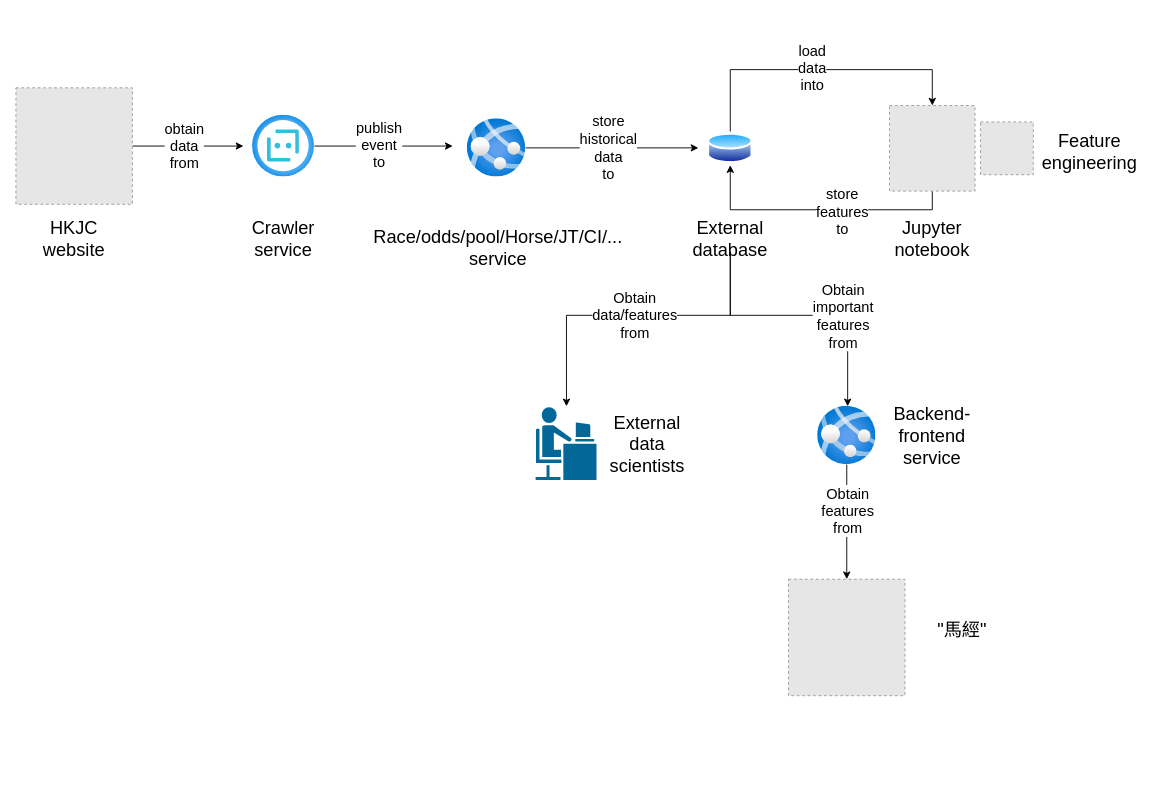
Earlier version of the draw.io diagram page "Data process" (2 of 2) of feature_diagram.drawio (tommy202201/HKJC). Source tidied: cells renumbered, new cells numbered last; positions are measured from the earlier drawing's top-left corner, leaving out a move shared by most shapes. Both pictures are drawn from the tidied source at 91%, with x=0, y=0 at pixel (15, 69). Pictures stored in the file or linked from it are replaced by grey dashed boxes.
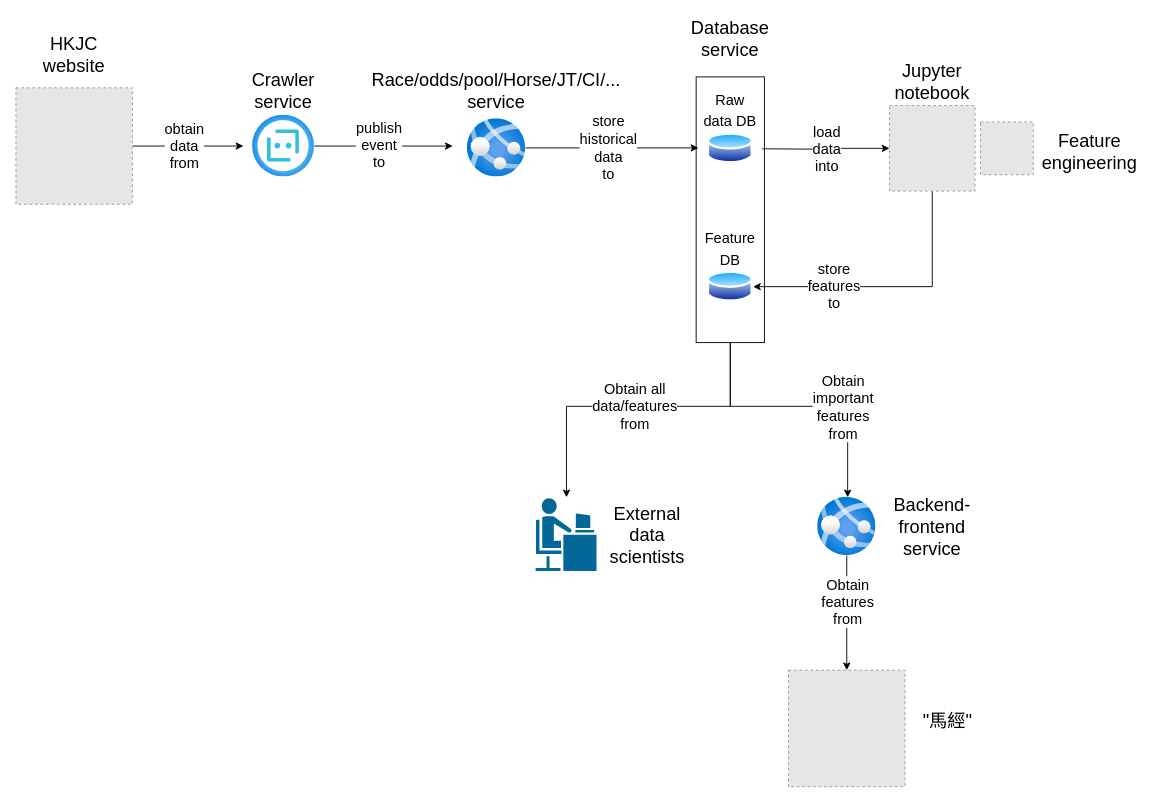
After the change.

Unchanged cells that the change refers to:
```xml
<mxCell id="16" style="perimeter=ellipsePerimeter;html=1;align=center;shadow=0;dashed=0;spacingTop=3;image;image=img/lib/active_directory/database.svg;fontSize=20;fillColor=#FFE6CC;gradientColor=#ffffff;gradientDirection=south;" parent="1" vertex="1">
  <mxGeometry x="760" y="68" width="50" height="37" as="geometry" />
</mxCell>
<mxCell id="23" style="fillColor=#E6E6E6;strokeColor=#999999;dashed=1;html=1;verticalAlign=top;verticalLabelPosition=bottom;labelBackgroundColor=#ffffff;fontSize=20;" parent="1" vertex="1">
  <mxGeometry x="960" y="39.5" width="94" height="94" as="geometry" />
</mxCell>
```

What changed in the source:
```diff
@@
+    <mxCell id="35" style="rounded=0;whiteSpace=wrap;html=1;fontSize=16;gradientDirection=south;" parent="1" vertex="1">
+      <mxGeometry x="747.5" y="8" width="75" height="292" as="geometry" />
+    </mxCell>
@@
     <mxCell id="5" value="HKJC website" style="text;html=1;strokeColor=none;fillColor=none;align=center;verticalAlign=middle;whiteSpace=wrap;rounded=0;fontSize=20;" parent="1" vertex="1">
-      <mxGeometry x="34" y="170" width="60" height="30" as="geometry" />
+      <mxGeometry x="34" y="-32.5" width="60" height="30" as="geometry" />
     </mxCell>
@@
     <mxCell id="9" value="Crawler service" style="text;html=1;strokeColor=none;fillColor=none;align=center;verticalAlign=middle;whiteSpace=wrap;rounded=0;fontSize=20;" parent="1" vertex="1">
-      <mxGeometry x="264" y="170" width="60" height="30" as="geometry" />
+      <mxGeometry x="264" y="8" width="60" height="30" as="geometry" />
     </mxCell>
@@
     <mxCell id="13" value="Race/odds/pool/Horse/JT/CI/...&lt;br&gt;service" style="text;html=1;strokeColor=none;fillColor=none;align=center;verticalAlign=middle;whiteSpace=wrap;rounded=0;fontSize=20;" parent="1" vertex="1">
-      <mxGeometry x="500" y="180" width="60" height="30" as="geometry" />
+      <mxGeometry x="498" y="8" width="60" height="30" as="geometry" />
     </mxCell>
-    <mxCell id="14" style="edgeStyle=orthogonalEdgeStyle;rounded=0;jettySize=auto;html=1;fontSize=20;" parent="1" edge="1" source="16" target="23">
-      <mxGeometry relative="1" as="geometry">
-        <Array as="points">
-          <mxPoint x="785" />
-          <mxPoint x="1007" />
-        </Array>
-      </mxGeometry>
-    </mxCell>
-    <mxCell id="15" value="load&lt;br style=&quot;font-size: 16px;&quot;&gt;data&lt;br style=&quot;font-size: 16px;&quot;&gt;into" style="edgeLabel;html=1;align=center;verticalAlign=middle;fontSize=16;" parent="14" vertex="1">
-      <mxGeometry x="-0.05" y="4" relative="1" as="geometry">
-        <mxPoint y="1" as="offset" />
+    <mxCell id="15" value="load&lt;br&gt;data&lt;br&gt;into" style="edgeStyle=orthogonalEdgeStyle;rounded=0;jettySize=auto;html=1;fontSize=16;" parent="1" edge="1" target="23">
+      <mxGeometry relative="1" as="geometry">
+        <mxPoint x="820" y="87" as="sourcePoint" />
       </mxGeometry>
     </mxCell>
@@
-    <mxCell id="17" value="Obtain&lt;br style=&quot;font-size: 16px;&quot;&gt;data/features&lt;br style=&quot;font-size: 16px;&quot;&gt;from" style="edgeStyle=orthogonalEdgeStyle;rounded=0;jettySize=auto;html=1;fontSize=16;" parent="1" edge="1" source="20" target="27">
+    <mxCell id="17" value="Obtain all&lt;br style=&quot;font-size: 16px&quot;&gt;data/features&lt;br style=&quot;font-size: 16px&quot;&gt;from" style="edgeStyle=orthogonalEdgeStyle;rounded=0;jettySize=auto;html=1;fontSize=16;" parent="1" edge="1" target="27">
       <mxGeometry relative="1" as="geometry">
+        <mxPoint x="785" y="300" as="sourcePoint" />
         <Array as="points">
-          <mxPoint x="785" y="270" />
-          <mxPoint x="605" y="270" />
+          <mxPoint x="785" y="370" />
+          <mxPoint x="605" y="370" />
         </Array>
       </mxGeometry>
     </mxCell>
-    <mxCell id="18" style="edgeStyle=orthogonalEdgeStyle;rounded=0;jettySize=auto;html=1;fontSize=20;" parent="1" edge="1" source="20">
+    <mxCell id="18" style="edgeStyle=orthogonalEdgeStyle;rounded=0;orthogonalLoop=1;jettySize=auto;html=1;fontSize=20;" parent="1" edge="1">
       <mxGeometry relative="1" as="geometry">
-        <mxPoint x="914" y="370" as="targetPoint" />
+        <mxPoint x="785" y="300" as="sourcePoint" />
+        <mxPoint x="914" y="470" as="targetPoint" />
         <Array as="points">
-          <mxPoint x="785" y="270" />
-          <mxPoint x="914" y="270" />
+          <mxPoint x="785" y="370" />
+          <mxPoint x="914" y="370" />
         </Array>
       </mxGeometry>
     </mxCell>
@@
-    <mxCell id="20" value="External database" style="text;html=1;strokeColor=none;fillColor=none;align=center;verticalAlign=middle;whiteSpace=wrap;rounded=0;fontSize=20;" parent="1" vertex="1">
-      <mxGeometry x="755" y="170" width="60" height="30" as="geometry" />
+    <mxCell id="20" value="Database&lt;br&gt;service" style="text;html=1;strokeColor=none;fillColor=none;align=center;verticalAlign=middle;whiteSpace=wrap;rounded=0;fontSize=20;" parent="1" vertex="1">
+      <mxGeometry x="755" y="-50" width="60" height="30" as="geometry" />
     </mxCell>
-    <mxCell id="21" style="edgeStyle=orthogonalEdgeStyle;rounded=0;jettySize=auto;html=1;entryX=0.5;entryY=1;entryDx=0;entryDy=0;fontSize=20;" parent="1" edge="1" source="23" target="16">
-      <mxGeometry relative="1" as="geometry">
-        <Array as="points">
-          <mxPoint x="1007" y="154" />
-          <mxPoint x="785" y="154" />
-        </Array>
-      </mxGeometry>
-    </mxCell>
+    <mxCell id="36" style="edgeStyle=orthogonalEdgeStyle;rounded=0;jettySize=auto;html=1;exitX=0.5;exitY=1;exitDx=0;exitDy=0;entryX=1;entryY=0.5;entryDx=0;entryDy=0;fontSize=16;" parent="1" edge="1" source="23" target="37">
+      <mxGeometry relative="1" as="geometry" />
+    </mxCell>
-    <mxCell id="22" value="store&lt;br style=&quot;font-size: 16px;&quot;&gt;features&lt;br style=&quot;font-size: 16px;&quot;&gt;to" style="edgeLabel;html=1;align=center;verticalAlign=middle;fontSize=16;" parent="21" vertex="1">
-      <mxGeometry x="-0.18" y="1" relative="1" as="geometry" />
+    <mxCell id="22" value="store&lt;br&gt;features&lt;br&gt;to" style="edgeLabel;html=1;align=center;verticalAlign=middle;fontSize=16;" parent="36" vertex="1">
+      <mxGeometry x="0.42" y="-1" relative="1" as="geometry" />
     </mxCell>
@@
     <mxCell id="24" value="Jupyter notebook" style="text;html=1;strokeColor=none;fillColor=none;align=center;verticalAlign=middle;whiteSpace=wrap;rounded=0;fontSize=20;" parent="1" vertex="1">
-      <mxGeometry x="977" y="170" width="60" height="30" as="geometry" />
+      <mxGeometry x="977" y="-2.5" width="60" height="30" as="geometry" />
     </mxCell>
@@
     <mxCell id="27" style="shape=mxgraph.cisco.people.androgenous_person;html=1;dashed=0;fillColor=#036897;strokeColor=#ffffff;strokeWidth=2;verticalLabelPosition=bottom;verticalAlign=top;align=center;outlineConnect=0;fontSize=20;" parent="1" vertex="1">
-      <mxGeometry x="570" y="370" width="69" height="82" as="geometry" />
+      <mxGeometry x="570" y="470" width="69" height="82" as="geometry" />
     </mxCell>
     <mxCell id="28" value="External data&lt;br&gt;scientists" style="text;html=1;strokeColor=none;fillColor=none;align=center;verticalAlign=middle;whiteSpace=wrap;rounded=0;fontSize=20;" parent="1" vertex="1">
-      <mxGeometry x="664" y="396" width="60" height="30" as="geometry" />
+      <mxGeometry x="664" y="496" width="60" height="30" as="geometry" />
     </mxCell>
     <mxCell id="29" style="fillColor=#E6E6E6;strokeColor=#999999;dashed=1;html=1;verticalAlign=top;verticalLabelPosition=bottom;labelBackgroundColor=#ffffff;fontSize=20;" parent="1" vertex="1">
-      <mxGeometry x="849" y="560" width="128" height="128" as="geometry" />
+      <mxGeometry x="849" y="660" width="128" height="128" as="geometry" />
     </mxCell>
     <mxCell id="30" value="Backend-frontend&lt;br&gt;service" style="text;html=1;strokeColor=none;fillColor=none;align=center;verticalAlign=middle;whiteSpace=wrap;rounded=0;fontSize=20;" parent="1" vertex="1">
-      <mxGeometry x="977" y="387" width="60" height="30" as="geometry" />
+      <mxGeometry x="977" y="487" width="60" height="30" as="geometry" />
     </mxCell>
@@
     <mxCell id="33" style="html=1;points=[];align=center;image;fontSize=12;image=img/lib/azure2/app_services/App_Services.svg;fillColor=#FFE6CC;gradientColor=#ffffff;gradientDirection=south;" parent="1" vertex="1">
-      <mxGeometry x="881" y="370" width="64" height="64" as="geometry" />
+      <mxGeometry x="881" y="470" width="64" height="64" as="geometry" />
     </mxCell>
     <mxCell id="34" value="&quot;馬經&quot;" style="text;html=1;strokeColor=none;fillColor=none;align=center;verticalAlign=middle;whiteSpace=wrap;rounded=0;fontSize=20;" parent="1" vertex="1">
-      <mxGeometry x="1010" y="600" width="60" height="30" as="geometry" />
+      <mxGeometry x="994" y="700" width="60" height="30" as="geometry" />
     </mxCell>
+    <mxCell id="37" style="perimeter=ellipsePerimeter;html=1;align=center;shadow=0;dashed=0;spacingTop=3;image;image=img/lib/active_directory/database.svg;fontSize=20;fillColor=#FFE6CC;gradientColor=#ffffff;gradientDirection=south;" parent="1" vertex="1">
+      <mxGeometry x="760" y="220" width="50" height="37" as="geometry" />
+    </mxCell>
+    <mxCell id="38" value="&lt;span style=&quot;font-size: 16px&quot;&gt;Raw data DB&lt;/span&gt;" style="text;html=1;strokeColor=none;fillColor=none;align=center;verticalAlign=middle;whiteSpace=wrap;rounded=0;fontSize=20;" parent="1" vertex="1">
+      <mxGeometry x="755" y="27.5" width="60" height="30" as="geometry" />
+    </mxCell>
+    <mxCell id="39" value="&lt;span style=&quot;font-size: 16px&quot;&gt;Feature&lt;br&gt;DB&lt;br&gt;&lt;/span&gt;" style="text;html=1;strokeColor=none;fillColor=none;align=center;verticalAlign=middle;whiteSpace=wrap;rounded=0;fontSize=20;" parent="1" vertex="1">
+      <mxGeometry x="755" y="180" width="60" height="30" as="geometry" />
+    </mxCell>
```
